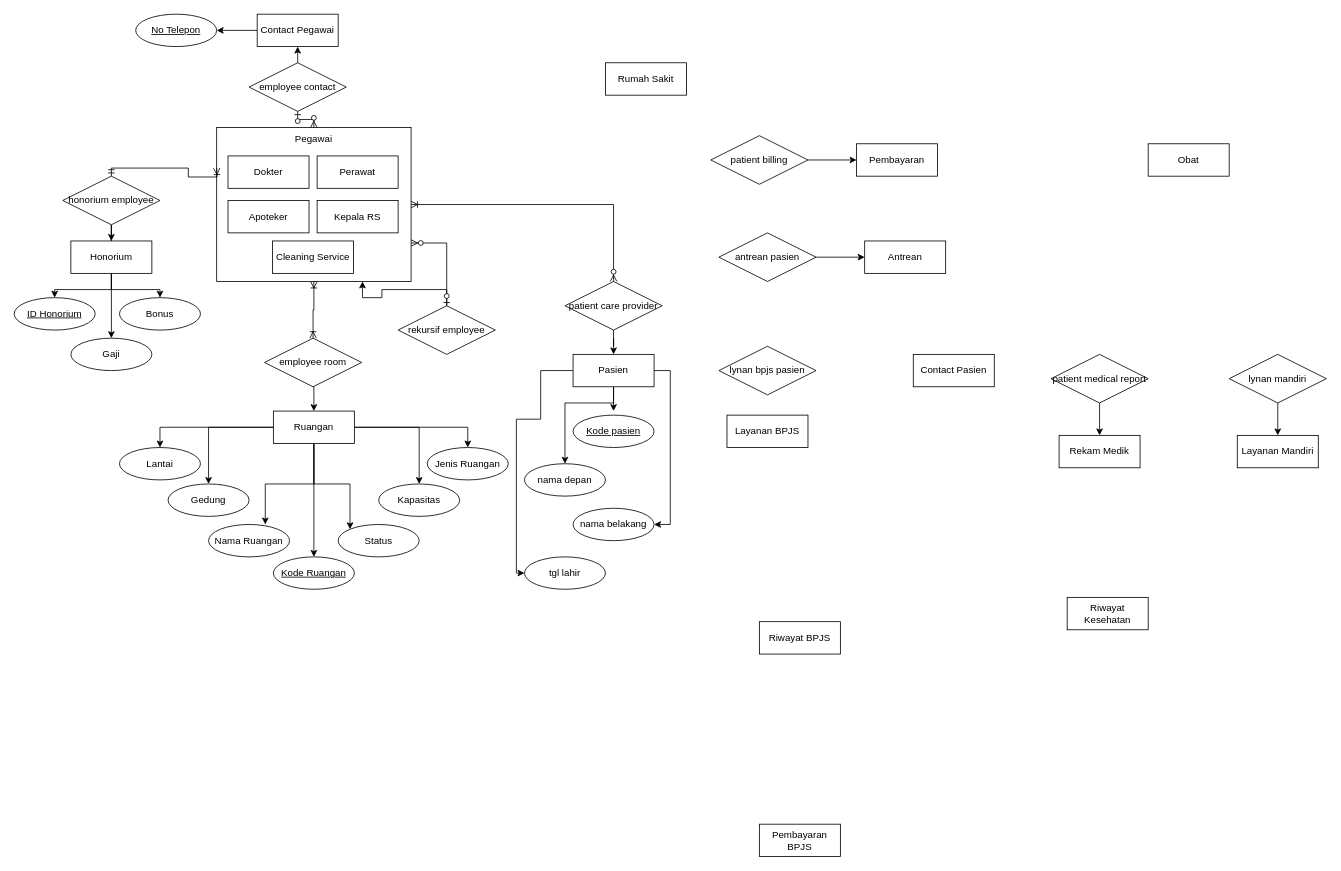
Above: Diagram Tanpa Judul.drawio in lsawfa/ERD-BasisData (draw.io), before the change. Source tidied: cells renumbered, new cells numbered last; positions are measured from the earlier drawing's top-left corner, leaving out a move shared by most shapes. Both pictures are drawn from the tidied source at 81%, with x=0, y=0 at pixel (14, 14).
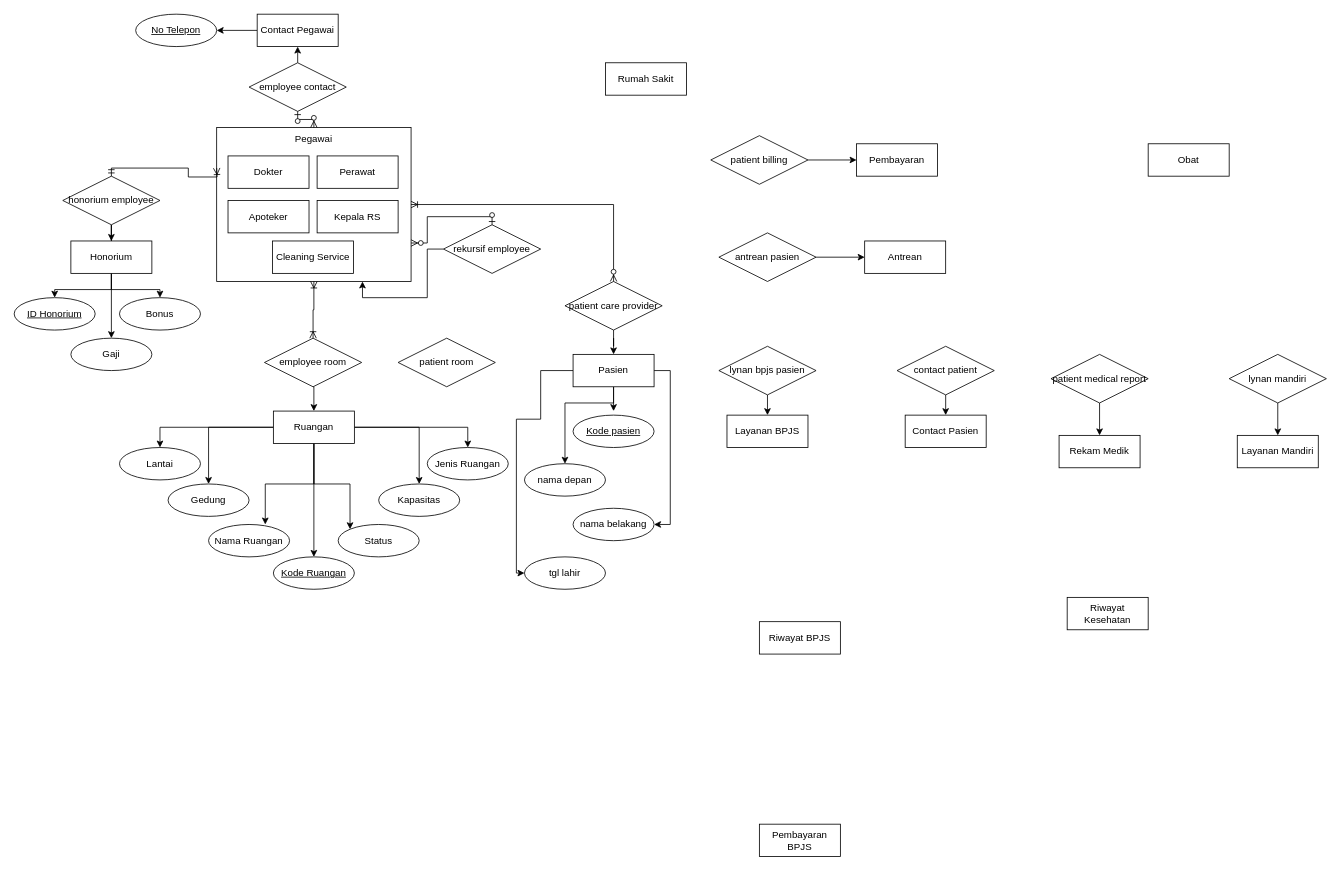
Above is the later version.

The change refers to these unchanged cells:
```xml
<mxCell id="57" value="Layanan BPJS" style="whiteSpace=wrap;html=1;align=center;" parent="1" vertex="1">
  <mxGeometry x="880" y="495" width="100" height="40" as="geometry" />
</mxCell>
<mxCell id="70" value="lynan bpjs pasien" style="shape=rhombus;perimeter=rhombusPerimeter;whiteSpace=wrap;html=1;align=center;" parent="1" vertex="1">
  <mxGeometry x="870" y="410" width="120" height="60" as="geometry" />
</mxCell>
```

Diff of the diagram source:
```diff
@@
     <mxCell id="51" value="rekursif employee" style="shape=rhombus;perimeter=rhombusPerimeter;whiteSpace=wrap;html=1;align=center;" parent="1" vertex="1">
-      <mxGeometry x="474" y="360" width="120" height="60" as="geometry" />
+      <mxGeometry x="530" y="260" width="120" height="60" as="geometry" />
     </mxCell>
@@
     <mxCell id="58" value="Contact Pasien" style="whiteSpace=wrap;html=1;align=center;" parent="1" vertex="1">
-      <mxGeometry x="1110" y="420" width="100" height="40" as="geometry" />
+      <mxGeometry x="1100" y="495" width="100" height="40" as="geometry" />
     </mxCell>
@@
+    <mxCell id="77" style="edgeStyle=none;rounded=0;jettySize=auto;html=1;entryX=0.5;entryY=0;entryDx=0;entryDy=0;" parent="1" edge="1" source="70" target="57">
+      <mxGeometry relative="1" as="geometry" />
+    </mxCell>
@@
+    <mxCell id="78" value="patient room" style="shape=rhombus;perimeter=rhombusPerimeter;whiteSpace=wrap;html=1;align=center;" parent="1" vertex="1">
+      <mxGeometry x="474" y="400" width="120" height="60" as="geometry" />
+    </mxCell>
+    <mxCell id="79" style="edgeStyle=none;rounded=0;jettySize=auto;html=1;entryX=0.5;entryY=0;entryDx=0;entryDy=0;" parent="1" edge="1" source="80" target="58">
+      <mxGeometry relative="1" as="geometry" />
+    </mxCell>
+    <mxCell id="80" value="contact patient" style="shape=rhombus;perimeter=rhombusPerimeter;whiteSpace=wrap;html=1;align=center;" parent="1" vertex="1">
+      <mxGeometry x="1090" y="410" width="120" height="60" as="geometry" />
+    </mxCell>
```
